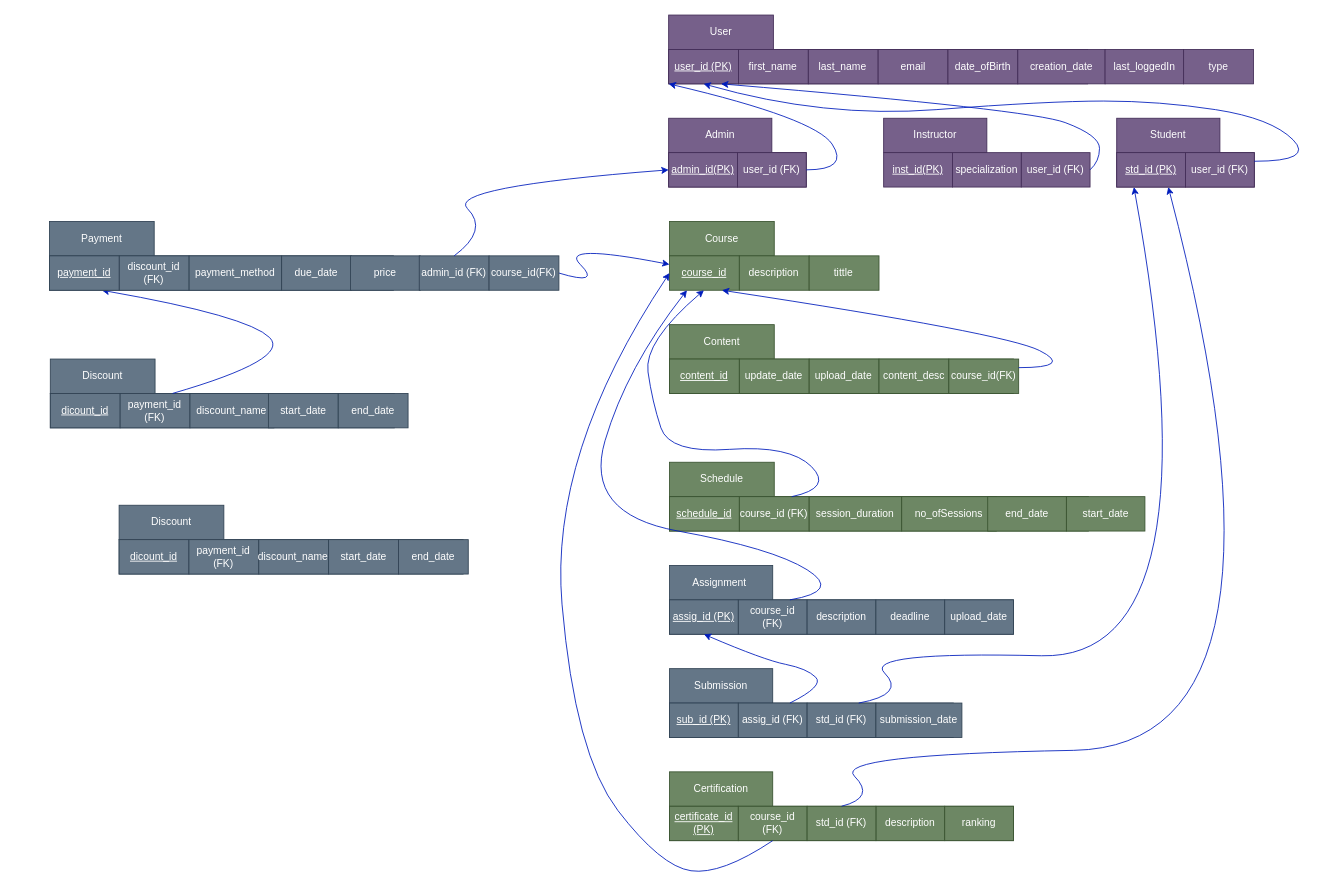
Earlier version of the draw.io diagram RelationalFile1.drawio (imelda-m/DB-Project). Source tidied: cells renumbered, new cells numbered last; positions are measured from the earlier drawing's top-left corner, leaving out a move shared by most shapes. Both pictures are drawn from the tidied source at 86%, with x=0, y=0 at pixel (49, 15).
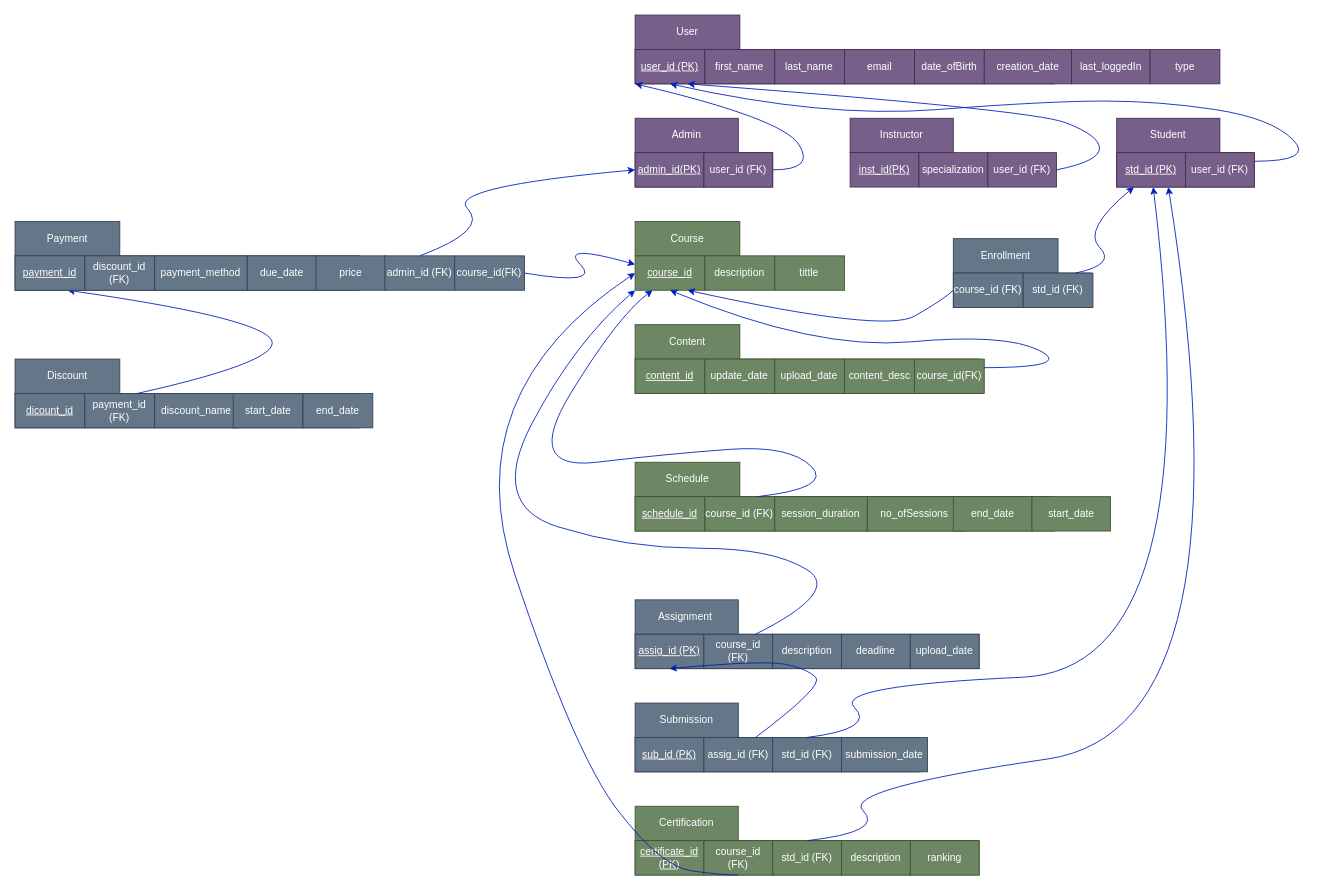
The same diagram, later.

Unchanged cells that the change refers to:
```xml
<mxCell id="32" value="std_id (FK)" style="rounded=0;whiteSpace=wrap;html=1;fillColor=#647687;strokeColor=#314354;fontColor=#ffffff;" parent="27" vertex="1">
  <mxGeometry x="160" y="40" width="80" height="40" as="geometry" />
</mxCell>
<mxCell id="39" value="course_id (FK)" style="rounded=0;whiteSpace=wrap;html=1;fillColor=#647687;strokeColor=#314354;fontColor=#ffffff;" parent="35" vertex="1">
  <mxGeometry x="80" y="40" width="80" height="40" as="geometry" />
</mxCell>
<mxCell id="48" value="course_id (FK)" style="rounded=0;whiteSpace=wrap;html=1;fillColor=#6d8764;strokeColor=#3A5431;fontColor=#ffffff;" parent="44" vertex="1">
  <mxGeometry x="81.2" y="40" width="81.2" height="40" as="geometry" />
</mxCell>
<mxCell id="62" value="course_id(FK)" style="rounded=0;whiteSpace=wrap;html=1;fillColor=#6d8764;strokeColor=#3A5431;fontColor=#ffffff;" parent="55" vertex="1">
  <mxGeometry x="324.8" y="40" width="81.2" height="40" as="geometry" />
</mxCell>
<mxCell id="66" value="&lt;u&gt;course_id&lt;/u&gt;" style="rounded=0;whiteSpace=wrap;html=1;fillColor=#6d8764;strokeColor=#3A5431;fontColor=#ffffff;" parent="64" vertex="1">
  <mxGeometry y="40" width="81.2" height="40" as="geometry" />
</mxCell>
<mxCell id="74" value="course_id (FK)" style="rounded=0;whiteSpace=wrap;html=1;fillColor=#6d8764;strokeColor=#3A5431;fontColor=#ffffff;" parent="70" vertex="1">
  <mxGeometry x="80" y="40" width="80" height="40" as="geometry" />
</mxCell>
<mxCell id="77" value="std_id (FK)" style="rounded=0;whiteSpace=wrap;html=1;fillColor=#6d8764;strokeColor=#3A5431;fontColor=#ffffff;" parent="70" vertex="1">
  <mxGeometry x="160" y="40" width="80" height="40" as="geometry" />
</mxCell>
<mxCell id="81" value="&lt;u&gt;std_id (PK)&lt;/u&gt;" style="rounded=0;whiteSpace=wrap;html=1;fillColor=#76608a;strokeColor=#432D57;fontColor=#ffffff;" parent="78" vertex="1">
  <mxGeometry y="40" width="80" height="40" as="geometry" />
</mxCell>
<mxCell id="121" value="course_id(FK)" style="rounded=0;whiteSpace=wrap;html=1;fillColor=#647687;strokeColor=#314354;fontColor=#ffffff;" parent="110" vertex="1">
  <mxGeometry x="511.2" y="40" width="81.2" height="40" as="geometry" />
</mxCell>
```

The edit, as a diff of the source:
```diff
@@
     <mxCell id="2" style="group;" parent="1" vertex="1">
-      <mxGeometry x="720" width="680" height="80" as="geometry" />
+      <mxGeometry x="681" width="680" height="80" as="geometry" />
     </mxCell>
@@
     <mxCell id="14" style="group;" parent="1" vertex="1">
-      <mxGeometry x="720" y="120" width="670" height="100" as="geometry" />
+      <mxGeometry x="681" y="120" width="670" height="100" as="geometry" />
     </mxCell>
@@
     <mxCell id="26" style="group;" parent="1" vertex="1">
-      <mxGeometry x="721" y="760" width="670" height="80" as="geometry" />
+      <mxGeometry x="681" y="800" width="670" height="80" as="geometry" />
     </mxCell>
@@
     <mxCell id="34" style="group;" parent="1" vertex="1">
-      <mxGeometry x="721" y="640" width="670" height="80" as="geometry" />
+      <mxGeometry x="681" y="680" width="670" height="80" as="geometry" />
     </mxCell>
@@
     <mxCell id="43" style="group;" parent="1" vertex="1">
-      <mxGeometry x="721" y="520" width="680" height="80" as="geometry" />
+      <mxGeometry x="681" y="520" width="680" height="80" as="geometry" />
     </mxCell>
@@
     <mxCell id="53" style="group;" parent="1" vertex="1">
-      <mxGeometry x="721" y="360" width="680" height="80" as="geometry" />
+      <mxGeometry x="681" y="360" width="680" height="80" as="geometry" />
     </mxCell>
@@
     <mxCell id="63" style="group;" parent="1" vertex="1">
-      <mxGeometry x="721" y="240" width="680" height="80" as="geometry" />
+      <mxGeometry x="681" y="240" width="786" height="110" as="geometry" />
     </mxCell>
     <mxCell id="64" style="group;" parent="63" vertex="1">
-      <mxGeometry width="507.5" height="80" as="geometry" />
+      <mxGeometry width="776" height="100" as="geometry" />
     </mxCell>
@@
+    <mxCell id="102" style="group;" parent="64" vertex="1">
+      <mxGeometry x="370" y="20" width="406" height="80" as="geometry" />
+    </mxCell>
+    <mxCell id="123" style="group;" parent="102" vertex="1">
+      <mxGeometry width="162.4" height="80" as="geometry" />
+    </mxCell>
+    <mxCell id="103" style="rounded=0;whiteSpace=wrap;html=1;fillColor=#647687;strokeColor=#314354;fontColor=#ffffff;" parent="123" vertex="1">
+      <mxGeometry y="40" width="160" height="40" as="geometry" />
+    </mxCell>
+    <mxCell id="104" value="Enrollment" style="rounded=0;whiteSpace=wrap;html=1;fillColor=#647687;strokeColor=#314354;fontColor=#ffffff;" parent="123" vertex="1">
+      <mxGeometry width="121.8" height="40" as="geometry" />
+    </mxCell>
+    <mxCell id="105" value="course_id (FK)" style="rounded=0;whiteSpace=wrap;html=1;fillColor=#647687;strokeColor=#314354;fontColor=#ffffff;" parent="123" vertex="1">
+      <mxGeometry y="40" width="81.2" height="40" as="geometry" />
+    </mxCell>
+    <mxCell id="106" value="std_id (FK)" style="rounded=0;whiteSpace=wrap;html=1;fillColor=#647687;strokeColor=#314354;fontColor=#ffffff;" parent="123" vertex="1">
+      <mxGeometry x="81.2" y="40" width="81.2" height="40" as="geometry" />
+    </mxCell>
+    <mxCell id="124" style="curved=1;endArrow=classic;html=1;fillColor=#0050ef;strokeColor=#001DBC;exitX=0;exitY=0.5;exitDx=0;exitDy=0;entryX=0.75;entryY=1;entryDx=0;entryDy=0;" parent="64" edge="1" source="105" target="66">
+      <mxGeometry relative="1" as="geometry">
+        <Array as="points">
+          <mxPoint x="360" y="90" />
+          <mxPoint x="290" y="130" />
+        </Array>
+      </mxGeometry>
+    </mxCell>
     <mxCell id="69" style="group;" parent="1" vertex="1">
-      <mxGeometry x="721" y="880" width="670" height="80" as="geometry" />
+      <mxGeometry x="681" y="920" width="670" height="80" as="geometry" />
     </mxCell>
@@
-    <mxCell id="85" style="curved=1;endArrow=classic;html=1;rounded=0;exitX=1;exitY=0.25;exitDx=0;exitDy=0;entryX=0.75;entryY=1;entryDx=0;entryDy=0;fillColor=#0050ef;strokeColor=#001DBC;" parent="1" edge="1" source="62" target="66">
+    <mxCell id="85" style="curved=1;endArrow=classic;html=1;rounded=0;exitX=1;exitY=0.25;exitDx=0;exitDy=0;fillColor=#0050ef;strokeColor=#001DBC;entryX=0.5;entryY=1;entryDx=0;entryDy=0;" parent="1" edge="1" source="62" target="66">
       <mxGeometry relative="1" as="geometry">
         <Array as="points">
           <mxPoint x="1191" y="410" />
           <mxPoint x="1111" y="370" />
+          <mxPoint x="891" y="390" />
         </Array>
       </mxGeometry>
     </mxCell>
-    <mxCell id="86" style="curved=1;endArrow=classic;html=1;rounded=0;exitX=0.75;exitY=0;exitDx=0;exitDy=0;fillColor=#0050ef;strokeColor=#001DBC;" parent="1" edge="1" source="48">
+    <mxCell id="86" style="curved=1;endArrow=classic;html=1;rounded=0;exitX=0.75;exitY=0;exitDx=0;exitDy=0;fillColor=#0050ef;strokeColor=#001DBC;entryX=0.25;entryY=1;entryDx=0;entryDy=0;" parent="1" edge="1" source="48" target="66">
       <mxGeometry relative="1" as="geometry">
-        <mxPoint x="761" y="320" as="targetPoint" />
         <Array as="points">
           <mxPoint x="911" y="550" />
           <mxPoint x="861" y="500" />
           <mxPoint x="721" y="510" />
-          <mxPoint x="701" y="450" />
-          <mxPoint x="691" y="380" />
+          <mxPoint x="551" y="530" />
+          <mxPoint x="661" y="350" />
         </Array>
       </mxGeometry>
     </mxCell>
@@
-    <mxCell id="88" style="curved=1;endArrow=classic;html=1;rounded=0;exitX=0.75;exitY=0;exitDx=0;exitDy=0;entryX=0.25;entryY=1;entryDx=0;entryDy=0;fillColor=#0050ef;strokeColor=#001DBC;" parent="1" edge="1" source="32" target="81">
-      <mxGeometry relative="1" as="geometry">
-        <Array as="points">
-          <mxPoint x="996" y="790" />
-          <mxPoint x="946" y="740" />
-          <mxPoint x="1361" y="750" />
-        </Array>
-      </mxGeometry>
-    </mxCell>
     <mxCell id="89" style="curved=1;endArrow=classic;html=1;rounded=0;exitX=0.5;exitY=1;exitDx=0;exitDy=0;entryX=0;entryY=0.5;entryDx=0;entryDy=0;fillColor=#0050ef;strokeColor=#001DBC;" parent="1" edge="1" source="74" target="66">
       <mxGeometry relative="1" as="geometry">
         <Array as="points">
           <mxPoint x="781" y="1000" />
           <mxPoint x="711" y="990" />
           <mxPoint x="611" y="860" />
-          <mxPoint x="581" y="510" />
+          <mxPoint x="471" y="440" />
         </Array>
       </mxGeometry>
     </mxCell>
-    <mxCell id="90" style="curved=1;endArrow=classic;html=1;rounded=0;exitX=0.5;exitY=0;exitDx=0;exitDy=0;entryX=0.75;entryY=1;entryDx=0;entryDy=0;fillColor=#0050ef;strokeColor=#001DBC;" parent="1" edge="1" source="77" target="81">
-      <mxGeometry relative="1" as="geometry">
-        <Array as="points">
-          <mxPoint x="961" y="910" />
-          <mxPoint x="911" y="860" />
-          <mxPoint x="1471" y="850" />
-        </Array>
-      </mxGeometry>
-    </mxCell>
     <mxCell id="91" style="group;" parent="1" vertex="1">
-      <mxGeometry x="1" y="400" width="416" height="100" as="geometry" />
+      <mxGeometry x="-40" y="400" width="416" height="100" as="geometry" />
     </mxCell>
@@
-    <mxCell id="99" style="curved=1;endArrow=classic;html=1;rounded=0;exitX=0.75;exitY=0;exitDx=0;exitDy=0;entryX=0.25;entryY=1;entryDx=0;entryDy=0;fillColor=#0050ef;strokeColor=#001DBC;" parent="1" edge="1" source="39" target="66">
+    <mxCell id="99" style="curved=1;endArrow=classic;html=1;rounded=0;exitX=0.75;exitY=0;exitDx=0;exitDy=0;entryX=0;entryY=1;entryDx=0;entryDy=0;fillColor=#0050ef;strokeColor=#001DBC;" parent="1" edge="1" source="39" target="66">
       <mxGeometry relative="1" as="geometry">
         <Array as="points">
           <mxPoint x="921" y="670" />
           <mxPoint x="841" y="620" />
-          <mxPoint x="621" y="580" />
-          <mxPoint x="671" y="410" />
+          <mxPoint x="671" y="620" />
+          <mxPoint x="511" y="570" />
+          <mxPoint x="611" y="380" />
         </Array>
       </mxGeometry>
     </mxCell>
-    <mxCell id="100" style="curved=1;endArrow=classic;html=1;rounded=0;fillColor=#0050ef;strokeColor=#001DBC;exitX=1;exitY=0.5;exitDx=0;exitDy=0;" parent="1" edge="1" source="121">
+    <mxCell id="100" style="curved=1;endArrow=classic;html=1;rounded=0;fillColor=#0050ef;strokeColor=#001DBC;exitX=1;exitY=0.5;exitDx=0;exitDy=0;entryX=0;entryY=0.25;entryDx=0;entryDy=0;" parent="1" edge="1" source="121" target="66">
       <mxGeometry relative="1" as="geometry">
-        <mxPoint x="721" y="290" as="targetPoint" />
         <Array as="points">
           <mxPoint x="642.2" y="315" />
           <mxPoint x="592.2" y="265" />
         </Array>
       </mxGeometry>
     </mxCell>
@@
-    <mxCell id="102" style="group;" parent="1" vertex="1">
-      <mxGeometry x="81" y="570" width="406" height="80" as="geometry" />
-    </mxCell>
-    <mxCell id="103" style="rounded=0;whiteSpace=wrap;html=1;fillColor=#647687;strokeColor=#314354;fontColor=#ffffff;" parent="102" vertex="1">
-      <mxGeometry y="40" width="400" height="40" as="geometry" />
-    </mxCell>
-    <mxCell id="104" value="Discount" style="rounded=0;whiteSpace=wrap;html=1;fillColor=#647687;strokeColor=#314354;fontColor=#ffffff;" parent="102" vertex="1">
-      <mxGeometry width="121.8" height="40" as="geometry" />
-    </mxCell>
-    <mxCell id="105" value="&lt;u&gt;dicount_id&lt;/u&gt;" style="rounded=0;whiteSpace=wrap;html=1;fillColor=#647687;strokeColor=#314354;fontColor=#ffffff;" parent="102" vertex="1">
-      <mxGeometry y="40" width="81.2" height="40" as="geometry" />
-    </mxCell>
-    <mxCell id="106" value="payment_id&lt;br&gt;(FK)" style="rounded=0;whiteSpace=wrap;html=1;fillColor=#647687;strokeColor=#314354;fontColor=#ffffff;" parent="102" vertex="1">
-      <mxGeometry x="81.2" y="40" width="81.2" height="40" as="geometry" />
-    </mxCell>
-    <mxCell id="107" value="discount_name" style="rounded=0;whiteSpace=wrap;html=1;fillColor=#647687;strokeColor=#314354;fontColor=#ffffff;" parent="102" vertex="1">
-      <mxGeometry x="162.4" y="40" width="81.2" height="40" as="geometry" />
-    </mxCell>
-    <mxCell id="108" value="start_date" style="rounded=0;whiteSpace=wrap;html=1;fillColor=#647687;strokeColor=#314354;fontColor=#ffffff;" parent="102" vertex="1">
-      <mxGeometry x="243.6" y="40" width="81.2" height="40" as="geometry" />
-    </mxCell>
-    <mxCell id="109" value="end_date" style="rounded=0;whiteSpace=wrap;html=1;fillColor=#647687;strokeColor=#314354;fontColor=#ffffff;" parent="102" vertex="1">
-      <mxGeometry x="324.8" y="40" width="81.2" height="40" as="geometry" />
-    </mxCell>
     <mxCell id="110" style="group;" parent="1" vertex="1">
-      <mxGeometry y="240" width="592.4" height="80" as="geometry" />
+      <mxGeometry x="-40" y="240" width="592.4" height="80" as="geometry" />
     </mxCell>
@@
+    <mxCell id="88" style="curved=1;endArrow=classic;html=1;exitX=0.5;exitY=0;exitDx=0;exitDy=0;fillColor=#0050ef;strokeColor=#001DBC;" parent="1" edge="1" source="32" target="81">
+      <mxGeometry relative="1" as="geometry">
+        <Array as="points">
+          <mxPoint x="961" y="830" />
+          <mxPoint x="911" y="780" />
+          <mxPoint x="1351" y="760" />
+        </Array>
+      </mxGeometry>
+    </mxCell>
+    <mxCell id="90" style="curved=1;endArrow=classic;html=1;exitX=0.5;exitY=0;exitDx=0;exitDy=0;entryX=0.75;entryY=1;entryDx=0;entryDy=0;fillColor=#0050ef;strokeColor=#001DBC;" parent="1" edge="1" source="77" target="81">
+      <mxGeometry relative="1" as="geometry">
+        <Array as="points">
+          <mxPoint x="971" y="950" />
+          <mxPoint x="921" y="900" />
+          <mxPoint x="1401" y="830" />
+        </Array>
+      </mxGeometry>
+    </mxCell>
+    <mxCell id="125" style="curved=1;endArrow=classic;html=1;fillColor=#0050ef;strokeColor=#001DBC;exitX=0.75;exitY=0;exitDx=0;exitDy=0;entryX=0.25;entryY=1;entryDx=0;entryDy=0;" parent="1" edge="1" source="106" target="81">
+      <mxGeometry relative="1" as="geometry">
+        <Array as="points">
+          <mxPoint x="1241" y="290" />
+          <mxPoint x="1201" y="250" />
+        </Array>
+      </mxGeometry>
+    </mxCell>
```
